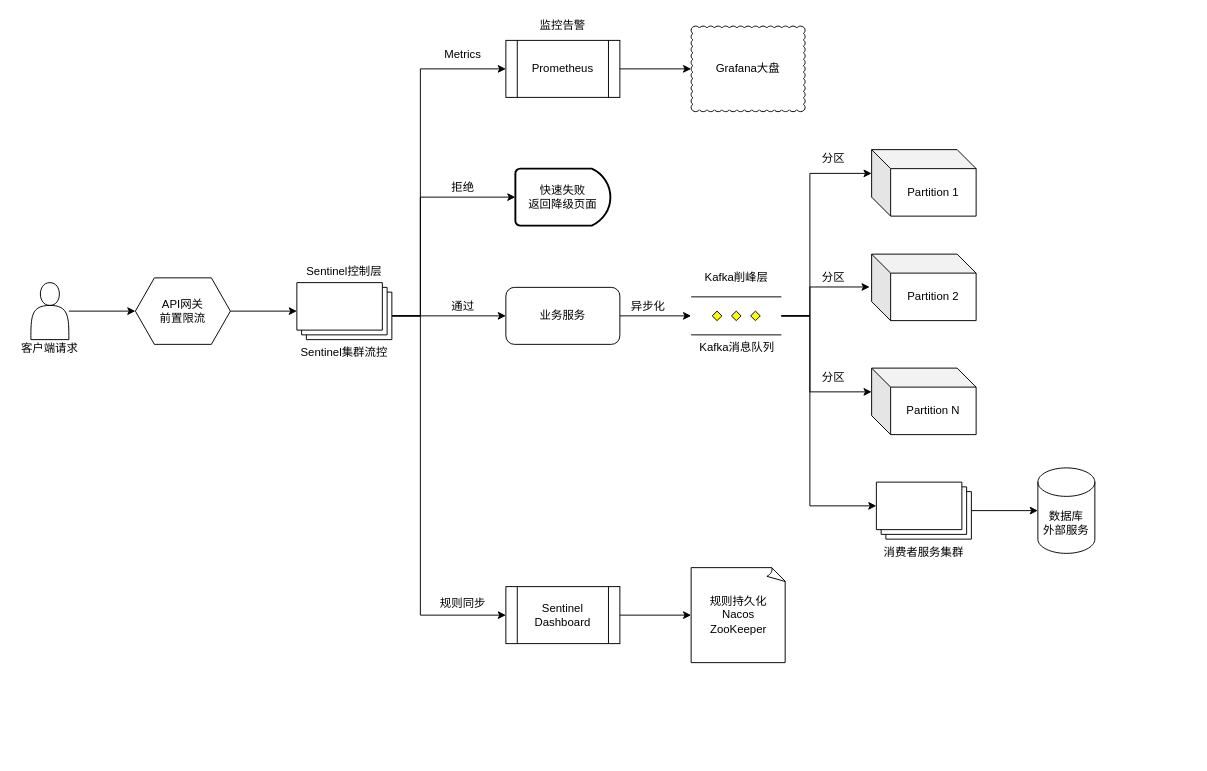
The draw.io diagram achitecture_diagram/Sentinel结合Kafka高并发削峰架构.drawio in abigalexy/online_drawing, before the edit. Source tidied: cells renumbered, new cells numbered last; positions are measured from the earlier drawing's top-left corner, leaving out a move shared by most shapes. Both pictures are drawn from the tidied source at 95%, with x=0, y=0 at pixel (16, 16).
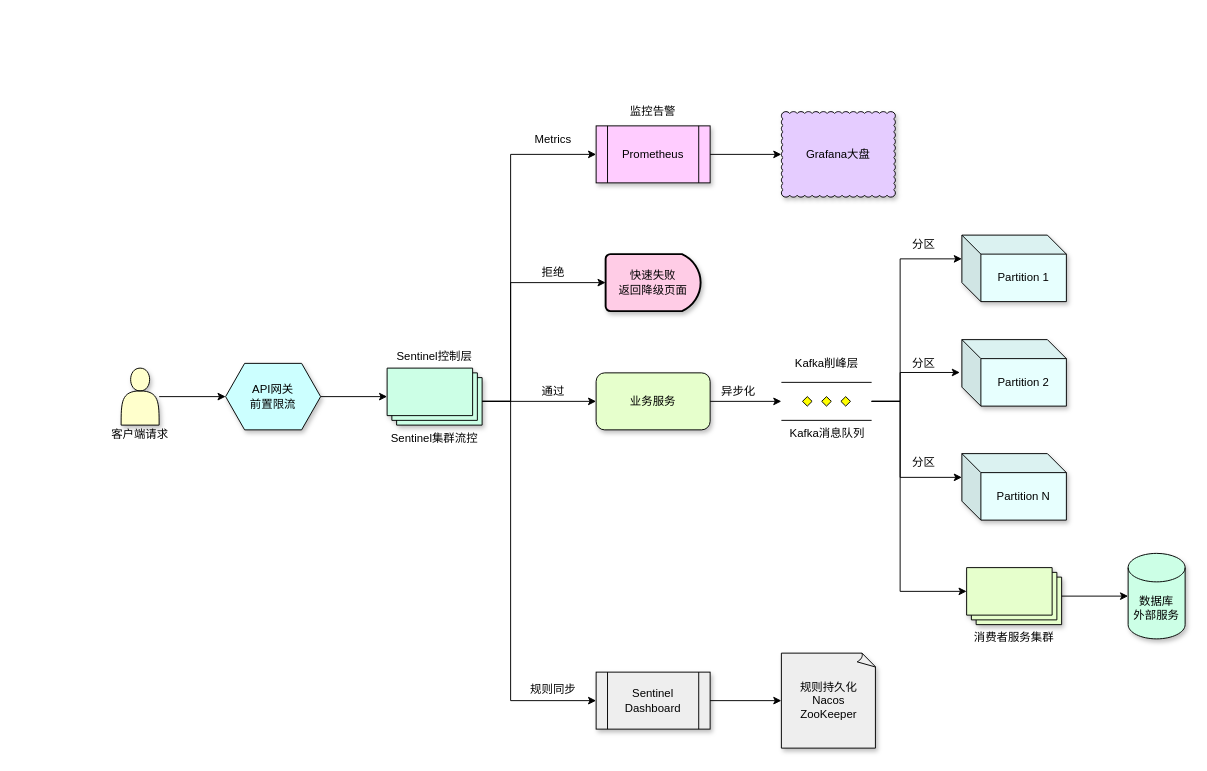
The same page after the edit.

Commit message:
更新Sentinel结合Kafka高并发削峰架构.drawio

The edit, as a diff of the source:
```diff
@@
+    <mxCell id="43" style="group;" parent="1" vertex="1">
+      <mxGeometry x="95" y="90" width="1135" height="680" as="geometry" />
+    </mxCell>
-    <mxCell id="2" style="edgeStyle=orthogonalEdgeStyle;rounded=0;jettySize=auto;html=1;" parent="1" edge="1" source="3" target="6">
+    <mxCell id="2" style="edgeStyle=orthogonalEdgeStyle;rounded=0;jettySize=auto;html=1;" parent="43" edge="1" source="3" target="6">
       <mxGeometry relative="1" as="geometry" />
     </mxCell>
-    <mxCell id="3" style="shape=actor;whiteSpace=wrap;html=1;" parent="1" vertex="1">
+    <mxCell id="3" style="shape=actor;whiteSpace=wrap;html=1;shadow=1;fillColor=#FFFFCC;" parent="43" vertex="1">
       <mxGeometry x="15" y="280" width="40" height="60" as="geometry" />
     </mxCell>
-    <mxCell id="4" value="客户端请求" style="text;strokeColor=none;align=center;fillColor=none;html=1;verticalAlign=middle;whiteSpace=wrap;rounded=0;" parent="1" vertex="1">
+    <mxCell id="4" value="客户端请求" style="text;strokeColor=none;align=center;fillColor=none;html=1;verticalAlign=middle;whiteSpace=wrap;rounded=0;" parent="43" vertex="1">
       <mxGeometry y="340" width="70" height="20" as="geometry" />
     </mxCell>
-    <mxCell id="5" style="edgeStyle=orthogonalEdgeStyle;rounded=0;jettySize=auto;html=1;exitX=1;exitY=0.5;exitDx=0;exitDy=0;" parent="1" edge="1" source="6" target="10">
+    <mxCell id="5" style="edgeStyle=orthogonalEdgeStyle;rounded=0;jettySize=auto;html=1;exitX=1;exitY=0.5;exitDx=0;exitDy=0;" parent="43" edge="1" source="6" target="10">
       <mxGeometry relative="1" as="geometry" />
     </mxCell>
-    <mxCell id="6" value="API网关&lt;br&gt;前置限流" style="shape=hexagon;perimeter=hexagonPerimeter2;whiteSpace=wrap;html=1;fixedSize=1;" parent="1" vertex="1">
+    <mxCell id="6" value="API网关&lt;br&gt;前置限流" style="shape=hexagon;perimeter=hexagonPerimeter2;whiteSpace=wrap;html=1;fixedSize=1;fillColor=#CCFFFF;shadow=1;" parent="43" vertex="1">
       <mxGeometry x="125" y="275" width="100" height="70" as="geometry" />
     </mxCell>
-    <mxCell id="7" style="edgeStyle=orthogonalEdgeStyle;rounded=0;jettySize=auto;html=1;exitX=0;exitY=0;exitDx=100;exitDy=35;exitPerimeter=0;" parent="1" edge="1" source="10" target="12">
+    <mxCell id="7" style="edgeStyle=orthogonalEdgeStyle;rounded=0;jettySize=auto;html=1;exitX=0;exitY=0;exitDx=100;exitDy=35;exitPerimeter=0;" parent="43" edge="1" source="10" target="12">
       <mxGeometry relative="1" as="geometry" />
     </mxCell>
-    <mxCell id="8" style="edgeStyle=orthogonalEdgeStyle;rounded=0;jettySize=auto;html=1;exitX=0;exitY=0;exitDx=100;exitDy=35;exitPerimeter=0;entryX=0;entryY=0.5;entryDx=0;entryDy=0;" parent="1" edge="1" source="10" target="21">
+    <mxCell id="8" style="edgeStyle=orthogonalEdgeStyle;rounded=0;jettySize=auto;html=1;exitX=0;exitY=0;exitDx=100;exitDy=35;exitPerimeter=0;entryX=0;entryY=0.5;entryDx=0;entryDy=0;" parent="43" edge="1" source="10" target="21">
       <mxGeometry relative="1" as="geometry">
         <Array as="points">
           <mxPoint x="425" y="315" />
           <mxPoint x="425" y="55" />
         </Array>
       </mxGeometry>
     </mxCell>
-    <mxCell id="9" style="edgeStyle=orthogonalEdgeStyle;rounded=0;jettySize=auto;html=1;exitX=0;exitY=0;exitDx=100;exitDy=35;exitPerimeter=0;entryX=0;entryY=0.5;entryDx=0;entryDy=0;" parent="1" edge="1" source="10" target="11">
+    <mxCell id="9" style="edgeStyle=orthogonalEdgeStyle;rounded=0;jettySize=auto;html=1;exitX=0;exitY=0;exitDx=100;exitDy=35;exitPerimeter=0;entryX=0;entryY=0.5;entryDx=0;entryDy=0;" parent="43" edge="1" source="10" target="11">
       <mxGeometry relative="1" as="geometry">
         <Array as="points">
           <mxPoint x="425" y="315" />
           <mxPoint x="425" y="630" />
         </Array>
       </mxGeometry>
     </mxCell>
-    <mxCell id="10" value="Sentinel集群流控" style="verticalLabelPosition=bottom;verticalAlign=top;html=1;shape=mxgraph.basic.layered_rect;dx=10;outlineConnect=0;whiteSpace=wrap;" parent="1" vertex="1">
+    <mxCell id="10" value="Sentinel集群流控" style="verticalLabelPosition=bottom;verticalAlign=top;html=1;shape=mxgraph.basic.layered_rect;dx=10;outlineConnect=0;whiteSpace=wrap;fillColor=#CCFFE6;shadow=1;" parent="43" vertex="1">
       <mxGeometry x="295" y="280" width="100" height="60" as="geometry" />
     </mxCell>
-    <mxCell id="11" value="Sentinel Dashboard" style="shape=process;whiteSpace=wrap;html=1;backgroundOutline=1;" parent="1" vertex="1">
+    <mxCell id="11" value="Sentinel Dashboard" style="shape=process;whiteSpace=wrap;html=1;backgroundOutline=1;fillColor=#EEEEEE;shadow=1;" parent="43" vertex="1">
       <mxGeometry x="515" y="600" width="120" height="60" as="geometry" />
     </mxCell>
-    <mxCell id="12" value="业务服务" style="rounded=1;whiteSpace=wrap;html=1;" parent="1" vertex="1">
+    <mxCell id="12" value="业务服务" style="rounded=1;whiteSpace=wrap;html=1;fillColor=#E6FFCC;shadow=1;" parent="43" vertex="1">
       <mxGeometry x="515" y="285" width="120" height="60" as="geometry" />
     </mxCell>
-    <mxCell id="13" value="Kafka消息队列" style="verticalLabelPosition=bottom;verticalAlign=top;html=1;shape=mxgraph.flowchart.parallel_mode;" parent="1" vertex="1">
+    <mxCell id="13" value="Kafka消息队列" style="verticalLabelPosition=bottom;verticalAlign=top;html=1;shape=mxgraph.flowchart.parallel_mode;fillColor=#EEFFFB;" parent="43" vertex="1">
       <mxGeometry x="710" y="295" width="95" height="40" as="geometry" />
     </mxCell>
-    <mxCell id="14" value="Partition 1" style="shape=cube;whiteSpace=wrap;html=1;boundedLbl=1;backgroundOutline=1;darkOpacity=0.05;darkOpacity2=0.1;" parent="1" vertex="1">
+    <mxCell id="14" value="Partition 1" style="shape=cube;whiteSpace=wrap;html=1;boundedLbl=1;backgroundOutline=1;darkOpacity=0.05;darkOpacity2=0.1;fillColor=#E7FFFE;shadow=1;" parent="43" vertex="1">
       <mxGeometry x="900" y="140" width="110" height="70" as="geometry" />
     </mxCell>
-    <mxCell id="15" value="Partition 2" style="shape=cube;whiteSpace=wrap;html=1;boundedLbl=1;backgroundOutline=1;darkOpacity=0.05;darkOpacity2=0.1;" parent="1" vertex="1">
+    <mxCell id="15" value="Partition 2" style="shape=cube;whiteSpace=wrap;html=1;boundedLbl=1;backgroundOutline=1;darkOpacity=0.05;darkOpacity2=0.1;shadow=1;fillColor=#E7FFFE;" parent="43" vertex="1">
       <mxGeometry x="900" y="250" width="110" height="70" as="geometry" />
     </mxCell>
-    <mxCell id="16" value="Partition N" style="shape=cube;whiteSpace=wrap;html=1;boundedLbl=1;backgroundOutline=1;darkOpacity=0.05;darkOpacity2=0.1;" parent="1" vertex="1">
+    <mxCell id="16" value="Partition N" style="shape=cube;whiteSpace=wrap;html=1;boundedLbl=1;backgroundOutline=1;darkOpacity=0.05;darkOpacity2=0.1;shadow=1;fillColor=#E7FFFE;" parent="43" vertex="1">
       <mxGeometry x="900" y="370" width="110" height="70" as="geometry" />
     </mxCell>
-    <mxCell id="17" value="消费者服务集群" style="verticalLabelPosition=bottom;verticalAlign=top;html=1;shape=mxgraph.basic.layered_rect;dx=10;outlineConnect=0;whiteSpace=wrap;" parent="1" vertex="1">
+    <mxCell id="17" value="消费者服务集群" style="verticalLabelPosition=bottom;verticalAlign=top;html=1;shape=mxgraph.basic.layered_rect;dx=10;outlineConnect=0;whiteSpace=wrap;fillColor=#E6FFCC;shadow=1;" parent="43" vertex="1">
       <mxGeometry x="905" y="490" width="100" height="60" as="geometry" />
     </mxCell>
-    <mxCell id="18" value="数据库&lt;br&gt;外部服务" style="shape=cylinder3;whiteSpace=wrap;html=1;boundedLbl=1;backgroundOutline=1;size=15;" parent="1" vertex="1">
+    <mxCell id="18" value="数据库&lt;br&gt;外部服务" style="shape=cylinder3;whiteSpace=wrap;html=1;boundedLbl=1;backgroundOutline=1;size=15;fillColor=#CCFFE6;shadow=1;" parent="43" vertex="1">
       <mxGeometry x="1075" y="475" width="60" height="90" as="geometry" />
     </mxCell>
-    <mxCell id="19" value="规则持久化&lt;br&gt;Nacos&lt;br&gt;ZooKeeper" style="whiteSpace=wrap;html=1;shape=mxgraph.basic.document;" parent="1" vertex="1">
+    <mxCell id="19" value="规则持久化&lt;br&gt;Nacos&lt;br&gt;ZooKeeper" style="whiteSpace=wrap;html=1;shape=mxgraph.basic.document;fillColor=#EEEEEE;shadow=1;" parent="43" vertex="1">
       <mxGeometry x="710" y="580" width="100" height="100" as="geometry" />
     </mxCell>
-    <mxCell id="20" value="快速失败&lt;br&gt;返回降级页面" style="strokeWidth=2;html=1;shape=mxgraph.flowchart.delay;whiteSpace=wrap;direction=east;" parent="1" vertex="1">
+    <mxCell id="20" value="快速失败&lt;br&gt;返回降级页面" style="strokeWidth=2;html=1;shape=mxgraph.flowchart.delay;whiteSpace=wrap;direction=east;fillColor=#FFCCE6;shadow=1;" parent="43" vertex="1">
       <mxGeometry x="525" y="160" width="100" height="60" as="geometry" />
     </mxCell>
-    <mxCell id="21" value="Prometheus" style="shape=process;whiteSpace=wrap;html=1;backgroundOutline=1;" parent="1" vertex="1">
+    <mxCell id="21" value="Prometheus" style="shape=process;whiteSpace=wrap;html=1;backgroundOutline=1;fillColor=#FFCCFF;shadow=1;" parent="43" vertex="1">
       <mxGeometry x="515" y="25" width="120" height="60" as="geometry" />
     </mxCell>
-    <mxCell id="22" value="Grafana大盘" style="whiteSpace=wrap;html=1;shape=mxgraph.basic.cloud_rect;" parent="1" vertex="1">
+    <mxCell id="22" value="Grafana大盘" style="whiteSpace=wrap;html=1;shape=mxgraph.basic.cloud_rect;fillColor=#E5CCFF;shadow=1;" parent="43" vertex="1">
       <mxGeometry x="710" y="10" width="120" height="90" as="geometry" />
     </mxCell>
-    <mxCell id="23" style="edgeStyle=orthogonalEdgeStyle;rounded=0;jettySize=auto;html=1;entryX=0;entryY=0.5;entryDx=0;entryDy=0;entryPerimeter=0;" parent="1" edge="1" source="12" target="13">
+    <mxCell id="23" style="edgeStyle=orthogonalEdgeStyle;rounded=0;jettySize=auto;html=1;entryX=0;entryY=0.5;entryDx=0;entryDy=0;entryPerimeter=0;" parent="43" edge="1" source="12" target="13">
       <mxGeometry relative="1" as="geometry" />
     </mxCell>
-    <mxCell id="24" style="edgeStyle=orthogonalEdgeStyle;rounded=0;jettySize=auto;html=1;entryX=-0.019;entryY=0.494;entryDx=0;entryDy=0;entryPerimeter=0;" parent="1" edge="1" source="13" target="15">
-      <mxGeometry relative="1" as="geometry">
-        <Array as="points">
-          <mxPoint x="835" y="315" />
-          <mxPoint x="835" y="285" />
-        </Array>
-      </mxGeometry>
-    </mxCell>
-    <mxCell id="25" style="edgeStyle=orthogonalEdgeStyle;rounded=0;jettySize=auto;html=1;exitX=1;exitY=0.5;exitDx=0;exitDy=0;exitPerimeter=0;entryX=0;entryY=0;entryDx=0;entryDy=25;entryPerimeter=0;" parent="1" edge="1" source="13" target="14">
-      <mxGeometry relative="1" as="geometry">
-        <Array as="points">
-          <mxPoint x="835" y="315" />
-          <mxPoint x="835" y="165" />
-        </Array>
-      </mxGeometry>
-    </mxCell>
-    <mxCell id="26" style="edgeStyle=orthogonalEdgeStyle;rounded=0;jettySize=auto;html=1;exitX=1;exitY=0.5;exitDx=0;exitDy=0;exitPerimeter=0;entryX=0;entryY=0;entryDx=0;entryDy=25;entryPerimeter=0;" parent="1" edge="1" source="13" target="16">
-      <mxGeometry relative="1" as="geometry">
-        <Array as="points">
-          <mxPoint x="835" y="315" />
-          <mxPoint x="835" y="395" />
-        </Array>
-      </mxGeometry>
-    </mxCell>
-    <mxCell id="27" style="edgeStyle=orthogonalEdgeStyle;rounded=0;jettySize=auto;html=1;exitX=1;exitY=0.5;exitDx=0;exitDy=0;exitPerimeter=0;entryX=0;entryY=0;entryDx=0;entryDy=25;entryPerimeter=0;" parent="1" edge="1" source="13" target="17">
+    <mxCell id="27" style="edgeStyle=orthogonalEdgeStyle;rounded=0;jettySize=auto;html=1;exitX=1;exitY=0.5;exitDx=0;exitDy=0;exitPerimeter=0;entryX=0;entryY=0;entryDx=0;entryDy=25;entryPerimeter=0;" parent="43" edge="1" source="13" target="17">
       <mxGeometry relative="1" as="geometry">
         <Array as="points">
           <mxPoint x="835" y="315" />
           <mxPoint x="835" y="515" />
         </Array>
       </mxGeometry>
     </mxCell>
-    <mxCell id="28" style="edgeStyle=orthogonalEdgeStyle;rounded=0;jettySize=auto;html=1;entryX=0;entryY=0.5;entryDx=0;entryDy=0;entryPerimeter=0;" parent="1" edge="1" source="17" target="18">
+    <mxCell id="28" style="edgeStyle=orthogonalEdgeStyle;rounded=0;jettySize=auto;html=1;entryX=0;entryY=0.5;entryDx=0;entryDy=0;entryPerimeter=0;" parent="43" edge="1" source="17" target="18">
       <mxGeometry relative="1" as="geometry" />
     </mxCell>
-    <mxCell id="29" style="edgeStyle=orthogonalEdgeStyle;rounded=0;jettySize=auto;html=1;entryX=0;entryY=0.5;entryDx=0;entryDy=0;entryPerimeter=0;" parent="1" edge="1" source="21" target="22">
+    <mxCell id="29" style="edgeStyle=orthogonalEdgeStyle;rounded=0;jettySize=auto;html=1;entryX=0;entryY=0.5;entryDx=0;entryDy=0;entryPerimeter=0;" parent="43" edge="1" source="21" target="22">
       <mxGeometry relative="1" as="geometry" />
     </mxCell>
-    <mxCell id="30" style="edgeStyle=orthogonalEdgeStyle;rounded=0;jettySize=auto;html=1;entryX=0;entryY=0.5;entryDx=0;entryDy=0;entryPerimeter=0;" parent="1" edge="1" source="11" target="19">
+    <mxCell id="30" style="edgeStyle=orthogonalEdgeStyle;rounded=0;jettySize=auto;html=1;entryX=0;entryY=0.5;entryDx=0;entryDy=0;entryPerimeter=0;" parent="43" edge="1" source="11" target="19">
       <mxGeometry relative="1" as="geometry" />
     </mxCell>
-    <mxCell id="31" style="edgeStyle=orthogonalEdgeStyle;rounded=0;jettySize=auto;html=1;entryX=0;entryY=0.5;entryDx=0;entryDy=0;entryPerimeter=0;exitX=0;exitY=0;exitDx=100;exitDy=35;exitPerimeter=0;" parent="1" edge="1" source="10" target="20">
+    <mxCell id="31" style="edgeStyle=orthogonalEdgeStyle;rounded=0;jettySize=auto;html=1;entryX=0;entryY=0.5;entryDx=0;entryDy=0;entryPerimeter=0;exitX=0;exitY=0;exitDx=100;exitDy=35;exitPerimeter=0;" parent="43" edge="1" source="10" target="20">
       <mxGeometry relative="1" as="geometry">
         <Array as="points">
           <mxPoint x="425" y="315" />
           <mxPoint x="425" y="190" />
         </Array>
       </mxGeometry>
     </mxCell>
-    <mxCell id="32" value="Metrics" style="text;strokeColor=none;align=center;fillColor=none;html=1;verticalAlign=middle;whiteSpace=wrap;rounded=0;" parent="1" vertex="1">
+    <mxCell id="32" value="Metrics" style="text;strokeColor=none;align=center;fillColor=none;html=1;verticalAlign=middle;whiteSpace=wrap;rounded=0;" parent="43" vertex="1">
       <mxGeometry x="445" y="30" width="50" height="20" as="geometry" />
     </mxCell>
-    <mxCell id="33" value="拒绝" style="text;strokeColor=none;align=center;fillColor=none;html=1;verticalAlign=middle;whiteSpace=wrap;rounded=0;" parent="1" vertex="1">
+    <mxCell id="33" value="拒绝" style="text;strokeColor=none;align=center;fillColor=none;html=1;verticalAlign=middle;whiteSpace=wrap;rounded=0;" parent="43" vertex="1">
       <mxGeometry x="455" y="170" width="30" height="20" as="geometry" />
     </mxCell>
-    <mxCell id="34" value="通过" style="text;strokeColor=none;align=center;fillColor=none;html=1;verticalAlign=middle;whiteSpace=wrap;rounded=0;" parent="1" vertex="1">
+    <mxCell id="34" value="通过" style="text;strokeColor=none;align=center;fillColor=none;html=1;verticalAlign=middle;whiteSpace=wrap;rounded=0;" parent="43" vertex="1">
       <mxGeometry x="455" y="295" width="30" height="20" as="geometry" />
     </mxCell>
-    <mxCell id="35" value="规则同步" style="text;strokeColor=none;align=center;fillColor=none;html=1;verticalAlign=middle;whiteSpace=wrap;rounded=0;" parent="1" vertex="1">
+    <mxCell id="35" value="规则同步" style="text;strokeColor=none;align=center;fillColor=none;html=1;verticalAlign=middle;whiteSpace=wrap;rounded=0;" parent="43" vertex="1">
       <mxGeometry x="445" y="610" width="50" height="15" as="geometry" />
     </mxCell>
-    <mxCell id="36" value="异步化" style="text;strokeColor=none;align=center;fillColor=none;html=1;verticalAlign=middle;whiteSpace=wrap;rounded=0;" parent="1" vertex="1">
+    <mxCell id="36" value="异步化" style="text;strokeColor=none;align=center;fillColor=none;html=1;verticalAlign=middle;whiteSpace=wrap;rounded=0;" parent="43" vertex="1">
       <mxGeometry x="645" y="295" width="40" height="20" as="geometry" />
     </mxCell>
-    <mxCell id="37" value="分区" style="text;strokeColor=none;align=center;fillColor=none;html=1;verticalAlign=middle;whiteSpace=wrap;rounded=0;" parent="1" vertex="1">
-      <mxGeometry x="845" y="140" width="30" height="20" as="geometry" />
-    </mxCell>
-    <mxCell id="38" value="分区" style="text;strokeColor=none;align=center;fillColor=none;html=1;verticalAlign=middle;whiteSpace=wrap;rounded=0;" parent="1" vertex="1">
-      <mxGeometry x="845" y="265" width="30" height="20" as="geometry" />
-    </mxCell>
-    <mxCell id="39" value="分区" style="text;strokeColor=none;align=center;fillColor=none;html=1;verticalAlign=middle;whiteSpace=wrap;rounded=0;" parent="1" vertex="1">
-      <mxGeometry x="845" y="370" width="30" height="20" as="geometry" />
-    </mxCell>
-    <mxCell id="40" value="Sentinel控制层" style="text;strokeColor=none;align=center;fillColor=none;html=1;verticalAlign=middle;whiteSpace=wrap;rounded=0;" parent="1" vertex="1">
+    <mxCell id="40" value="Sentinel控制层" style="text;strokeColor=none;align=center;fillColor=none;html=1;verticalAlign=middle;whiteSpace=wrap;rounded=0;" parent="43" vertex="1">
       <mxGeometry x="300" y="260" width="90" height="15" as="geometry" />
     </mxCell>
-    <mxCell id="41" value="Kafka削峰层" style="text;strokeColor=none;align=center;fillColor=none;html=1;verticalAlign=middle;whiteSpace=wrap;rounded=0;" parent="1" vertex="1">
+    <mxCell id="41" value="Kafka削峰层" style="text;strokeColor=none;align=center;fillColor=none;html=1;verticalAlign=middle;whiteSpace=wrap;rounded=0;" parent="43" vertex="1">
       <mxGeometry x="722.5" y="265" width="70" height="20" as="geometry" />
     </mxCell>
-    <mxCell id="42" value="监控告警" style="text;strokeColor=none;align=center;fillColor=none;html=1;verticalAlign=middle;whiteSpace=wrap;rounded=0;" parent="1" vertex="1">
+    <mxCell id="42" value="监控告警" style="text;strokeColor=none;align=center;fillColor=none;html=1;verticalAlign=middle;whiteSpace=wrap;rounded=0;" parent="43" vertex="1">
       <mxGeometry x="545" width="60" height="20" as="geometry" />
     </mxCell>
+    <mxCell id="44" style="group;" parent="43" vertex="1">
+      <mxGeometry x="835" y="140" width="40" height="175" as="geometry" />
+    </mxCell>
+    <mxCell id="37" value="分区" style="text;strokeColor=none;align=center;fillColor=none;html=1;verticalAlign=middle;whiteSpace=wrap;rounded=0;" parent="44" vertex="1">
+      <mxGeometry x="10" width="30" height="20" as="geometry" />
+    </mxCell>
+    <mxCell id="45" style="group;" parent="43" vertex="1">
+      <mxGeometry x="835" y="265" width="40" height="50" as="geometry" />
+    </mxCell>
+    <mxCell id="38" value="分区" style="text;strokeColor=none;align=center;fillColor=none;html=1;verticalAlign=middle;whiteSpace=wrap;rounded=0;" parent="45" vertex="1">
+      <mxGeometry x="10" width="30" height="20" as="geometry" />
+    </mxCell>
+    <mxCell id="46" style="group;" parent="43" vertex="1">
+      <mxGeometry x="835" y="315" width="40" height="80" as="geometry" />
+    </mxCell>
+    <mxCell id="39" value="分区" style="text;strokeColor=none;align=center;fillColor=none;html=1;verticalAlign=middle;whiteSpace=wrap;rounded=0;" parent="46" vertex="1">
+      <mxGeometry x="10" y="55" width="30" height="20" as="geometry" />
+    </mxCell>
+    <mxCell id="25" style="edgeStyle=orthogonalEdgeStyle;rounded=0;jettySize=auto;html=1;exitX=1;exitY=0.5;exitDx=0;exitDy=0;exitPerimeter=0;entryX=0;entryY=0;entryDx=0;entryDy=25;entryPerimeter=0;" parent="43" edge="1" source="13" target="14">
+      <mxGeometry relative="1" as="geometry">
+        <Array as="points">
+          <mxPoint x="835" y="315" />
+          <mxPoint x="835" y="165" />
+        </Array>
+      </mxGeometry>
+    </mxCell>
+    <mxCell id="24" style="edgeStyle=orthogonalEdgeStyle;rounded=0;jettySize=auto;html=1;entryX=-0.019;entryY=0.494;entryDx=0;entryDy=0;entryPerimeter=0;" parent="43" edge="1" source="13" target="15">
+      <mxGeometry relative="1" as="geometry">
+        <Array as="points">
+          <mxPoint x="835" y="315" />
+          <mxPoint x="835" y="285" />
+        </Array>
+      </mxGeometry>
+    </mxCell>
+    <mxCell id="26" style="edgeStyle=orthogonalEdgeStyle;rounded=0;jettySize=auto;html=1;exitX=1;exitY=0.5;exitDx=0;exitDy=0;exitPerimeter=0;entryX=0;entryY=0;entryDx=0;entryDy=25;entryPerimeter=0;" parent="43" edge="1" source="13" target="16">
+      <mxGeometry relative="1" as="geometry">
+        <Array as="points">
+          <mxPoint x="835" y="315" />
+          <mxPoint x="835" y="395" />
+        </Array>
+      </mxGeometry>
+    </mxCell>
```
